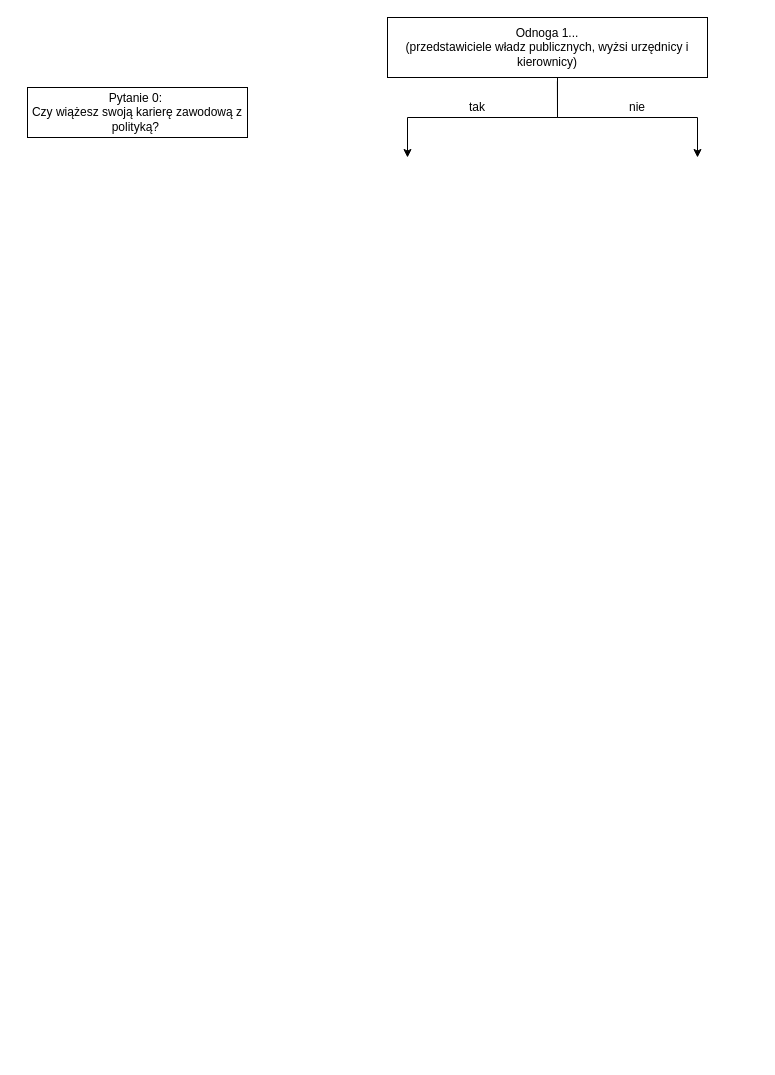
Above: Grupa1.drawio in aniauli/TiaraPrzydzialu (draw.io), before the change. Source tidied: cells renumbered, new cells numbered last; positions are measured from the earlier drawing's top-left corner, leaving out a move shared by most shapes. Both pictures are drawn from the tidied source at 100%, with x=0, y=0 at pixel (27, 17).
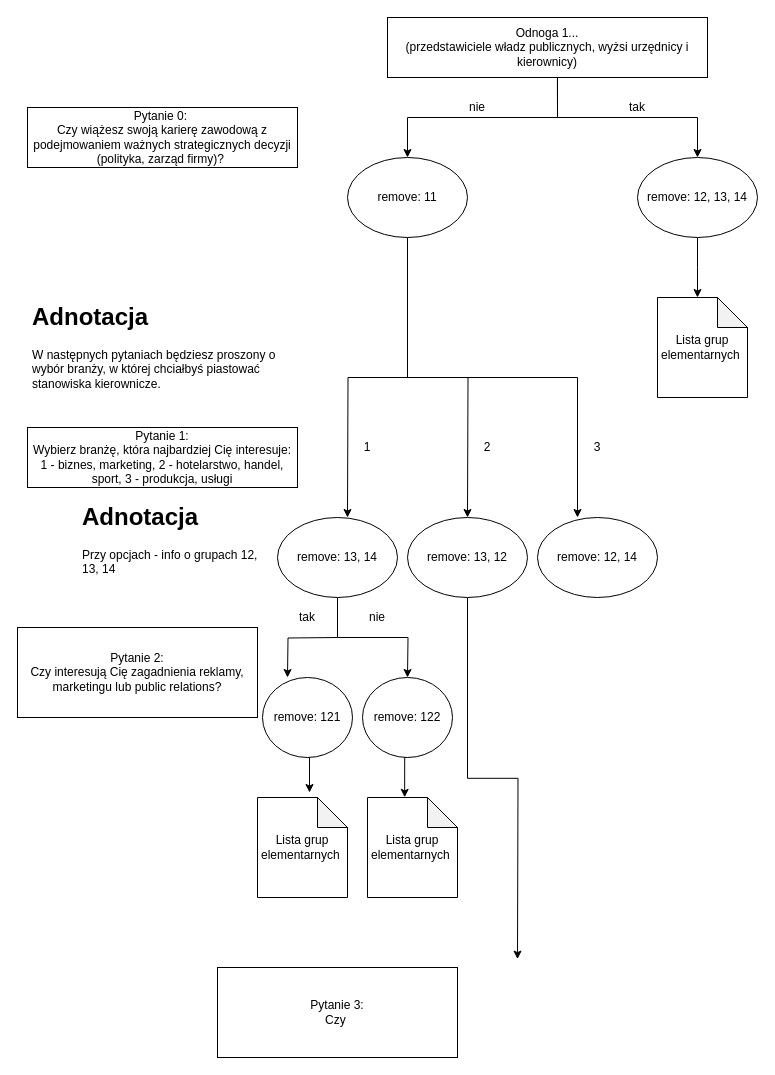
The same diagram, later.

The edit, as a diff of the source:
```diff
@@
-    <mxCell id="3" value="Pytanie 0:&amp;nbsp;&lt;br&gt;Czy wiążesz swoją karierę zawodową z polityką?&amp;nbsp;" style="rounded=0;whiteSpace=wrap;html=1;" parent="1" vertex="1">
-      <mxGeometry y="70" width="220" height="50" as="geometry" />
+    <mxCell id="3" value="Pytanie 0:&amp;nbsp;&lt;br&gt;Czy wiążesz swoją karierę zawodową z podejmowaniem ważnych strategicznych decyzji (polityka, zarząd firmy)?&amp;nbsp;" style="rounded=0;whiteSpace=wrap;html=1;" parent="1" vertex="1">
+      <mxGeometry y="90" width="270" height="60" as="geometry" />
     </mxCell>
@@
-    <mxCell id="6" value="tak" style="text;html=1;strokeColor=none;fillColor=none;align=center;verticalAlign=middle;whiteSpace=wrap;rounded=0;" parent="1" vertex="1">
+    <mxCell id="6" value="nie" style="text;html=1;strokeColor=none;fillColor=none;align=center;verticalAlign=middle;whiteSpace=wrap;rounded=0;" parent="1" vertex="1">
       <mxGeometry x="430" y="80" width="40" height="20" as="geometry" />
     </mxCell>
-    <mxCell id="7" value="nie" style="text;html=1;strokeColor=none;fillColor=none;align=center;verticalAlign=middle;whiteSpace=wrap;rounded=0;" parent="1" vertex="1">
+    <mxCell id="7" value="tak" style="text;html=1;strokeColor=none;fillColor=none;align=center;verticalAlign=middle;whiteSpace=wrap;rounded=0;" parent="1" vertex="1">
       <mxGeometry x="590" y="80" width="40" height="20" as="geometry" />
     </mxCell>
+    <mxCell id="8" style="edgeStyle=orthogonalEdgeStyle;rounded=0;jettySize=auto;html=1;exitX=0.5;exitY=1;exitDx=0;exitDy=0;" parent="1" edge="1" source="9">
+      <mxGeometry relative="1" as="geometry">
+        <mxPoint x="670" y="280" as="targetPoint" />
+      </mxGeometry>
+    </mxCell>
+    <mxCell id="9" value="remove: 12, 13, 14" style="ellipse;whiteSpace=wrap;html=1;" parent="1" vertex="1">
+      <mxGeometry x="610" y="140" width="120" height="80" as="geometry" />
+    </mxCell>
+    <mxCell id="10" style="edgeStyle=orthogonalEdgeStyle;rounded=0;jettySize=auto;html=1;" parent="1" edge="1" source="13">
+      <mxGeometry relative="1" as="geometry">
+        <mxPoint x="320" y="500" as="targetPoint" />
+      </mxGeometry>
+    </mxCell>
+    <mxCell id="11" style="edgeStyle=orthogonalEdgeStyle;rounded=0;jettySize=auto;html=1;exitX=0.5;exitY=1;exitDx=0;exitDy=0;" parent="1" edge="1" source="13">
+      <mxGeometry relative="1" as="geometry">
+        <mxPoint x="440" y="500" as="targetPoint" />
+      </mxGeometry>
+    </mxCell>
+    <mxCell id="12" style="edgeStyle=orthogonalEdgeStyle;rounded=0;jettySize=auto;html=1;" parent="1" edge="1" source="13">
+      <mxGeometry relative="1" as="geometry">
+        <mxPoint x="550" y="500" as="targetPoint" />
+        <Array as="points">
+          <mxPoint x="380" y="360" />
+          <mxPoint x="550" y="360" />
+        </Array>
+      </mxGeometry>
+    </mxCell>
+    <mxCell id="13" value="remove: 11" style="ellipse;whiteSpace=wrap;html=1;" parent="1" vertex="1">
+      <mxGeometry x="320" y="140" width="120" height="80" as="geometry" />
+    </mxCell>
+    <mxCell id="14" value="Lista grup elementarnych&amp;nbsp;" style="shape=note;whiteSpace=wrap;html=1;backgroundOutline=1;darkOpacity=0.05;" parent="1" vertex="1">
+      <mxGeometry x="630" y="280" width="90" height="100" as="geometry" />
+    </mxCell>
+    <mxCell id="15" value="Pytanie 1:&lt;br&gt;Wybierz branżę, która najbardziej Cię interesuje:&lt;br&gt;1 - biznes, marketing, 2 - hotelarstwo, handel, sport, 3 - produkcja, usługi" style="rounded=0;whiteSpace=wrap;html=1;" parent="1" vertex="1">
+      <mxGeometry y="410" width="270" height="60" as="geometry" />
+    </mxCell>
+    <mxCell id="16" value="&lt;h1&gt;Adnotacja&amp;nbsp;&lt;/h1&gt;&lt;p&gt;W następnych pytaniach będziesz proszony o wybór branży, w której chciałbyś piastować stanowiska kierownicze.&amp;nbsp;&lt;/p&gt;" style="text;html=1;strokeColor=none;fillColor=none;spacing=5;spacingTop=-20;whiteSpace=wrap;overflow=hidden;rounded=0;" parent="1" vertex="1">
+      <mxGeometry y="280" width="270" height="120" as="geometry" />
+    </mxCell>
+    <mxCell id="17" value="1" style="text;html=1;strokeColor=none;fillColor=none;align=center;verticalAlign=middle;whiteSpace=wrap;rounded=0;" parent="1" vertex="1">
+      <mxGeometry x="330" y="420" width="20" height="20" as="geometry" />
+    </mxCell>
+    <mxCell id="18" value="2" style="text;html=1;strokeColor=none;fillColor=none;align=center;verticalAlign=middle;whiteSpace=wrap;rounded=0;" parent="1" vertex="1">
+      <mxGeometry x="450" y="420" width="20" height="20" as="geometry" />
+    </mxCell>
+    <mxCell id="19" value="3" style="text;html=1;strokeColor=none;fillColor=none;align=center;verticalAlign=middle;whiteSpace=wrap;rounded=0;" parent="1" vertex="1">
+      <mxGeometry x="560" y="420" width="20" height="20" as="geometry" />
+    </mxCell>
+    <mxCell id="20" value="&lt;h1&gt;Adnotacja&lt;/h1&gt;&lt;p&gt;Przy opcjach - info o grupach 12, 13, 14&lt;/p&gt;&lt;p&gt;&lt;br&gt;&lt;/p&gt;" style="text;html=1;strokeColor=none;fillColor=none;spacing=5;spacingTop=-20;whiteSpace=wrap;overflow=hidden;rounded=0;" parent="1" vertex="1">
+      <mxGeometry x="50" y="480" width="190" height="120" as="geometry" />
+    </mxCell>
+    <mxCell id="21" style="edgeStyle=orthogonalEdgeStyle;rounded=0;orthogonalLoop=1;jettySize=auto;html=1;" parent="1" edge="1">
+      <mxGeometry relative="1" as="geometry">
+        <mxPoint x="310" y="620" as="sourcePoint" />
+        <mxPoint x="260" y="660" as="targetPoint" />
+      </mxGeometry>
+    </mxCell>
+    <mxCell id="22" style="edgeStyle=orthogonalEdgeStyle;rounded=0;jettySize=auto;html=1;exitX=0.5;exitY=1;exitDx=0;exitDy=0;" parent="1" edge="1" source="23">
+      <mxGeometry relative="1" as="geometry">
+        <mxPoint x="380" y="660" as="targetPoint" />
+      </mxGeometry>
+    </mxCell>
+    <mxCell id="23" value="remove: 13, 14" style="ellipse;whiteSpace=wrap;html=1;" parent="1" vertex="1">
+      <mxGeometry x="250" y="500" width="120" height="80" as="geometry" />
+    </mxCell>
+    <mxCell id="24" style="edgeStyle=orthogonalEdgeStyle;rounded=0;jettySize=auto;html=1;exitX=0.5;exitY=1;exitDx=0;exitDy=0;" parent="1" edge="1" source="25">
+      <mxGeometry relative="1" as="geometry">
+        <mxPoint x="490" y="941.6" as="targetPoint" />
+      </mxGeometry>
+    </mxCell>
+    <mxCell id="25" value="remove: 13, 12" style="ellipse;whiteSpace=wrap;html=1;" parent="1" vertex="1">
+      <mxGeometry x="380" y="500" width="120" height="80" as="geometry" />
+    </mxCell>
+    <mxCell id="26" value="remove: 12, 14" style="ellipse;whiteSpace=wrap;html=1;" parent="1" vertex="1">
+      <mxGeometry x="510" y="500" width="120" height="80" as="geometry" />
+    </mxCell>
+    <mxCell id="27" value="Pytanie 2:&lt;br&gt;Czy interesują Cię zagadnienia reklamy, marketingu lub public relations?" style="rounded=0;whiteSpace=wrap;html=1;" parent="1" vertex="1">
+      <mxGeometry x="-10" y="610" width="240" height="90" as="geometry" />
+    </mxCell>
+    <mxCell id="28" value="tak" style="text;html=1;strokeColor=none;fillColor=none;align=center;verticalAlign=middle;whiteSpace=wrap;rounded=0;" parent="1" vertex="1">
+      <mxGeometry x="260" y="590" width="40" height="20" as="geometry" />
+    </mxCell>
+    <mxCell id="29" value="nie" style="text;html=1;strokeColor=none;fillColor=none;align=center;verticalAlign=middle;whiteSpace=wrap;rounded=0;" parent="1" vertex="1">
+      <mxGeometry x="330" y="590" width="40" height="20" as="geometry" />
+    </mxCell>
+    <mxCell id="30" style="edgeStyle=orthogonalEdgeStyle;rounded=0;jettySize=auto;html=1;exitX=0.5;exitY=1;exitDx=0;exitDy=0;entryX=0.578;entryY=-0.05;entryDx=0;entryDy=0;entryPerimeter=0;" parent="1" edge="1" source="31" target="34">
+      <mxGeometry relative="1" as="geometry" />
+    </mxCell>
+    <mxCell id="31" value="remove: 121" style="ellipse;whiteSpace=wrap;html=1;" parent="1" vertex="1">
+      <mxGeometry x="235" y="660" width="90" height="80" as="geometry" />
+    </mxCell>
+    <mxCell id="32" style="edgeStyle=orthogonalEdgeStyle;rounded=0;jettySize=auto;html=1;exitX=0.5;exitY=1;exitDx=0;exitDy=0;entryX=0.413;entryY=-0.002;entryDx=0;entryDy=0;entryPerimeter=0;" parent="1" edge="1" source="33" target="35">
+      <mxGeometry relative="1" as="geometry" />
+    </mxCell>
+    <mxCell id="33" value="remove: 122" style="ellipse;whiteSpace=wrap;html=1;" parent="1" vertex="1">
+      <mxGeometry x="335" y="660" width="90" height="80" as="geometry" />
+    </mxCell>
+    <mxCell id="34" value="Lista grup elementarnych&amp;nbsp;" style="shape=note;whiteSpace=wrap;html=1;backgroundOutline=1;darkOpacity=0.05;" parent="1" vertex="1">
+      <mxGeometry x="230" y="780" width="90" height="100" as="geometry" />
+    </mxCell>
+    <mxCell id="35" value="Lista grup elementarnych&amp;nbsp;" style="shape=note;whiteSpace=wrap;html=1;backgroundOutline=1;darkOpacity=0.05;" parent="1" vertex="1">
+      <mxGeometry x="340" y="780" width="90" height="100" as="geometry" />
+    </mxCell>
+    <mxCell id="36" value="Pytanie 3:&lt;br&gt;Czy&amp;nbsp;" style="rounded=0;whiteSpace=wrap;html=1;" parent="1" vertex="1">
+      <mxGeometry x="190" y="950" width="240" height="90" as="geometry" />
+    </mxCell>
```
